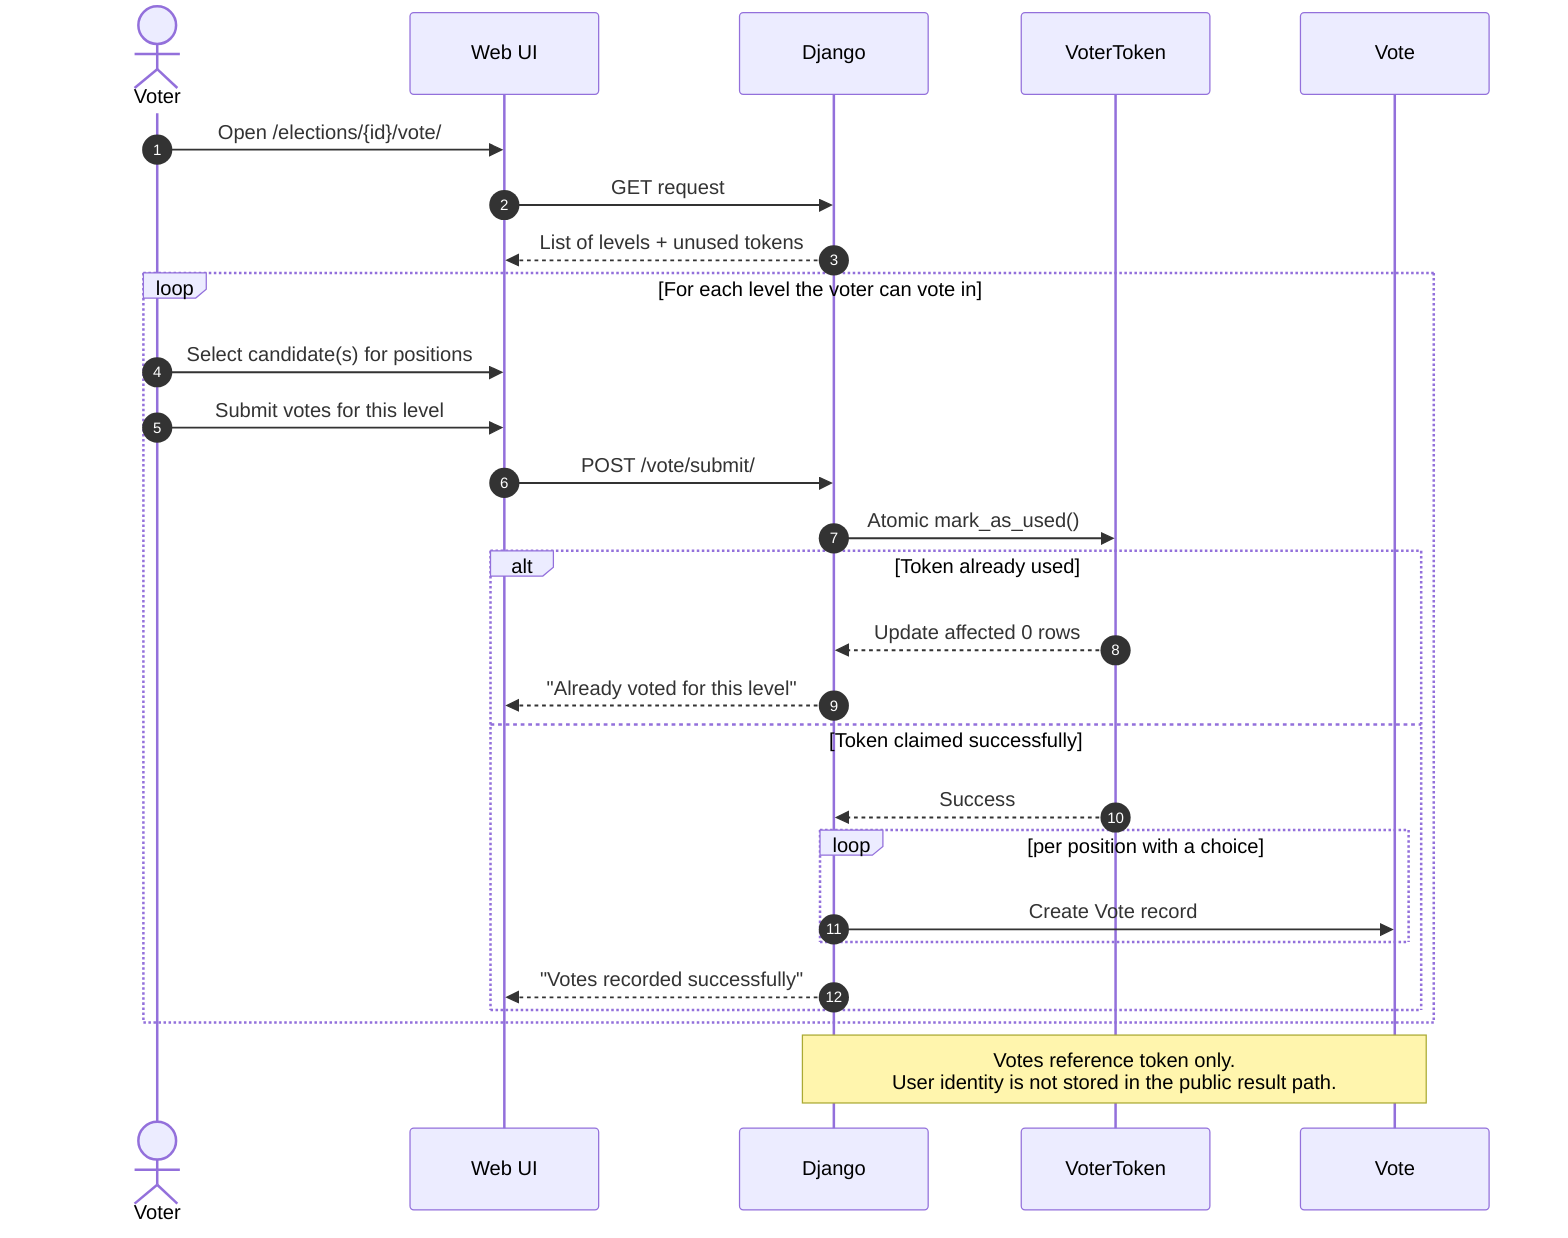
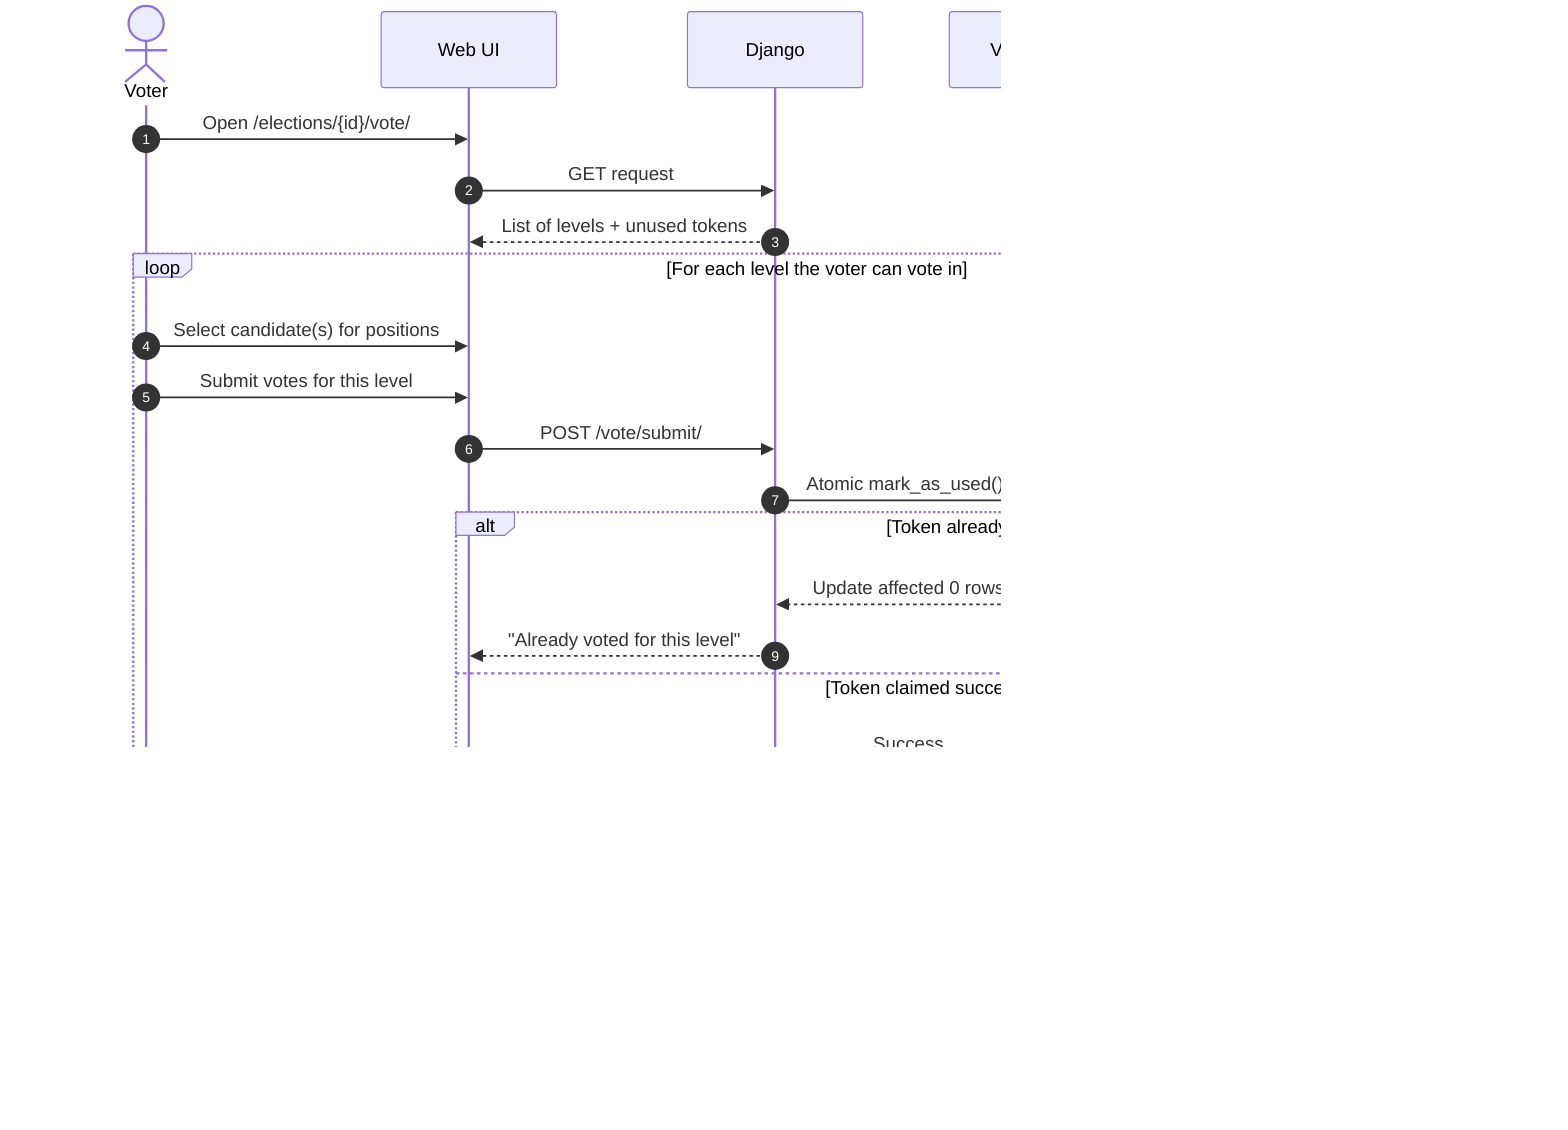
sequenceDiagram
    autonumber
    actor Voter
    participant UI as Web UI
    participant Server as Django
    participant Token as VoterToken
    participant VoteM as Vote

    Voter->>UI: Open /elections/{id}/vote/
    UI->>Server: GET request
    Server-->>UI: List of levels + unused tokens

    loop For each level the voter can vote in
        Voter->>UI: Select candidate(s) for positions
        Voter->>UI: Submit votes for this level
        UI->>Server: POST /vote/submit/

        Server->>Token: Atomic mark_as_used()
        alt Token already used
            Token-->>Server: Update affected 0 rows
            Server-->>UI: "Already voted for this level"
        else Token claimed successfully
            Token-->>Server: Success
            loop per position with a choice
                Server->>VoteM: Create Vote record
            end
            Server-->>UI: "Votes recorded successfully"
        end
    end

-     Note over Server,VoteM: Votes reference token only.<br/>User identity is not stored in the public result path.
+     Note over Server,VoteM: Votes reference token only.\nUser identity is not stored in the public result path.
